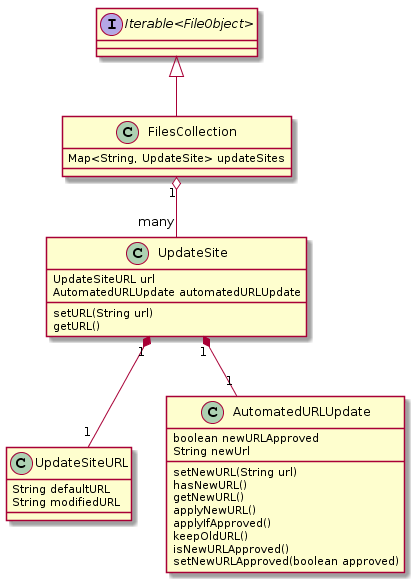
This is FilesCollectionClass.png from imagej/imagej.github.io, a PlantUML export, as it was before one commit. The source it was exported from:
```plantuml
@startuml
interface "Iterable<FileObject>"
"Iterable<FileObject>" <|-- FilesCollection
FilesCollection "1" o-- "many" UpdateSite
UpdateSite "1" *-- "1" UpdateSiteURL
UpdateSite "1" *-- "1" AutomatedURLUpdate
FilesCollection : Map<String, UpdateSite> updateSites
UpdateSiteURL : String defaultURL
UpdateSiteURL : String modifiedURL
UpdateSite : UpdateSiteURL url
UpdateSite : AutomatedURLUpdate automatedURLUpdate
UpdateSite : setURL(String url)
UpdateSite : getURL()
AutomatedURLUpdate : boolean newURLApproved
AutomatedURLUpdate : String newUrl
AutomatedURLUpdate : setNewURL(String url)
AutomatedURLUpdate : hasNewURL()
AutomatedURLUpdate : getNewURL()
AutomatedURLUpdate : applyNewURL()
AutomatedURLUpdate : applyIfApproved()
AutomatedURLUpdate : keepOldURL()
AutomatedURLUpdate : isNewURLApproved()
AutomatedURLUpdate : setNewURLApproved(boolean approved)
@enduml
```
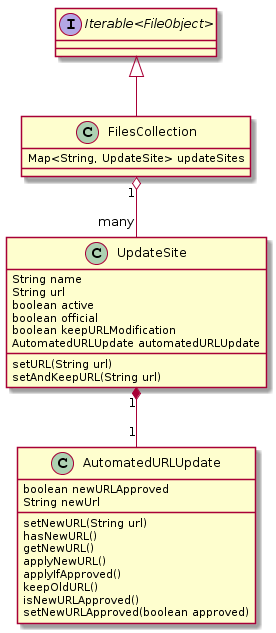
Later version of the same file.

What changed in the source:
```diff
@@ -2,15 +2,16 @@
 interface "Iterable<FileObject>"
 "Iterable<FileObject>" <|-- FilesCollection
 FilesCollection "1" o-- "many" UpdateSite
-UpdateSite "1" *-- "1" UpdateSiteURL
 UpdateSite "1" *-- "1" AutomatedURLUpdate
 FilesCollection : Map<String, UpdateSite> updateSites
-UpdateSiteURL : String defaultURL
-UpdateSiteURL : String modifiedURL
-UpdateSite : UpdateSiteURL url
+UpdateSite : String name
+UpdateSite : String url
+UpdateSite : boolean active
+UpdateSite : boolean official
+UpdateSite : boolean keepURLModification
 UpdateSite : AutomatedURLUpdate automatedURLUpdate
 UpdateSite : setURL(String url)
-UpdateSite : getURL()
+UpdateSite : setAndKeepURL(String url)
 AutomatedURLUpdate : boolean newURLApproved
 AutomatedURLUpdate : String newUrl
 AutomatedURLUpdate : setNewURL(String url)
```
